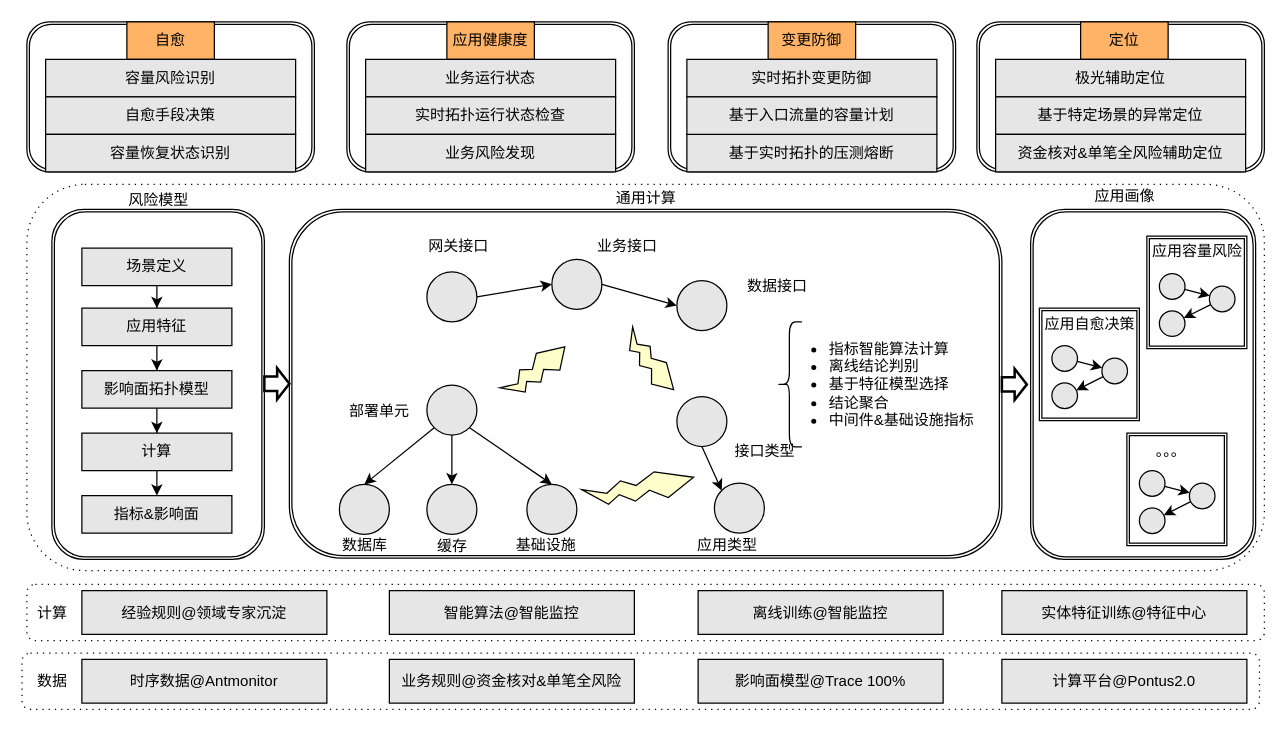
frankneu/draw.io keeps this draw.io diagram as 应用画像大图.drawio. Above is the earlier version. Source tidied: cells renumbered, new cells numbered last; positions are measured from the earlier drawing's top-left corner, leaving out a move shared by most shapes. Both pictures are drawn from the tidied source at 125%, with x=0, y=0 at pixel (21, 21).
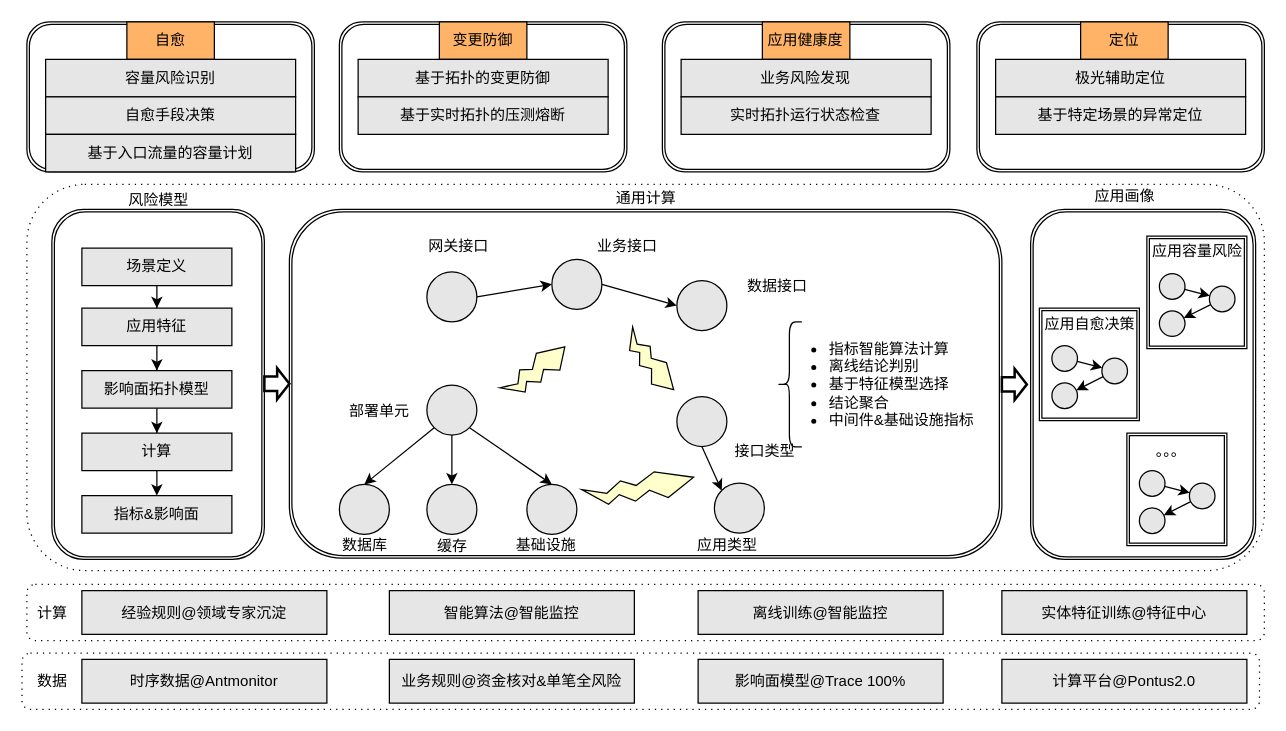
After the change.

Commit message (it also covers changes not shown here):
Update 应用画像大图.drawio

Diff of the diagram source:
```diff
@@
     <mxCell id="4" style="shape=ext;double=1;rounded=1;whiteSpace=wrap;html=1;" parent="1" vertex="1">
-      <mxGeometry x="517" width="230" height="120" as="geometry" />
+      <mxGeometry x="254" width="230" height="120" as="geometry" />
     </mxCell>
     <mxCell id="5" style="shape=ext;double=1;rounded=1;whiteSpace=wrap;html=1;" parent="1" vertex="1">
-      <mxGeometry x="260" width="230" height="120" as="geometry" />
+      <mxGeometry x="512.4" width="230" height="120" as="geometry" />
     </mxCell>
@@
     <mxCell id="19" value="应用健康度" style="rounded=0;whiteSpace=wrap;html=1;fillColor=#FFB366;" parent="1" vertex="1">
-      <mxGeometry x="340" width="70" height="30" as="geometry" />
+      <mxGeometry x="592.4" width="70" height="30" as="geometry" />
     </mxCell>
     <mxCell id="20" value="变更防御" style="rounded=0;whiteSpace=wrap;html=1;fillColor=#FFB366;" parent="1" vertex="1">
-      <mxGeometry x="597" width="70" height="30" as="geometry" />
+      <mxGeometry x="334" width="70" height="30" as="geometry" />
     </mxCell>
@@
-    <mxCell id="92" value="&lt;span&gt;容量恢复状态识别&lt;/span&gt;" style="rounded=0;whiteSpace=wrap;html=1;fillColor=#E6E6E6;" parent="1" vertex="1">
+    <mxCell id="92" value="基于入口流量的容量计划" style="rounded=0;whiteSpace=wrap;html=1;fillColor=#E6E6E6;" parent="1" vertex="1">
       <mxGeometry x="19" y="90" width="200" height="30" as="geometry" />
     </mxCell>
-    <mxCell id="93" value="&lt;span&gt;业务运行状态&lt;/span&gt;" style="rounded=0;whiteSpace=wrap;html=1;fillColor=#E6E6E6;" parent="1" vertex="1">
-      <mxGeometry x="275" y="30" width="200" height="30" as="geometry" />
+    <mxCell id="93" value="&lt;span&gt;业务风险发现&lt;/span&gt;" style="rounded=0;whiteSpace=wrap;html=1;fillColor=#E6E6E6;" parent="1" vertex="1">
+      <mxGeometry x="527.4" y="30" width="200" height="30" as="geometry" />
     </mxCell>
     <mxCell id="94" value="&lt;span&gt;实时拓扑运行状态检查&lt;/span&gt;" style="rounded=0;whiteSpace=wrap;html=1;fillColor=#E6E6E6;" parent="1" vertex="1">
-      <mxGeometry x="275" y="60" width="200" height="30" as="geometry" />
+      <mxGeometry x="527.4" y="60" width="200" height="30" as="geometry" />
     </mxCell>
-    <mxCell id="95" value="&lt;span&gt;基于实时拓扑的压测熔断&lt;/span&gt;" style="rounded=0;whiteSpace=wrap;html=1;fillColor=#E6E6E6;" parent="1" vertex="1">
-      <mxGeometry x="532" y="90" width="200" height="30" as="geometry" />
-    </mxCell>
@@
-    <mxCell id="98" value="&lt;span&gt;业务风险发现&lt;/span&gt;" style="rounded=0;whiteSpace=wrap;html=1;fillColor=#E6E6E6;" parent="1" vertex="1">
-      <mxGeometry x="275" y="90" width="200" height="30" as="geometry" />
-    </mxCell>
-    <mxCell id="99" value="&lt;span&gt;实时拓扑变更防御&lt;/span&gt;" style="rounded=0;whiteSpace=wrap;html=1;fillColor=#E6E6E6;" parent="1" vertex="1">
-      <mxGeometry x="532" y="30" width="200" height="30" as="geometry" />
+    <mxCell id="99" value="&lt;span&gt;基于拓扑的变更防御&lt;/span&gt;" style="rounded=0;whiteSpace=wrap;html=1;fillColor=#E6E6E6;" parent="1" vertex="1">
+      <mxGeometry x="269" y="30" width="200" height="30" as="geometry" />
     </mxCell>
-    <mxCell id="100" value="&lt;span&gt;基于入口流量的容量计划&lt;/span&gt;" style="rounded=0;whiteSpace=wrap;html=1;fillColor=#E6E6E6;" parent="1" vertex="1">
-      <mxGeometry x="532" y="60" width="200" height="30" as="geometry" />
+    <mxCell id="100" value="&lt;span&gt;基于实时拓扑的压测熔断&lt;/span&gt;" style="rounded=0;whiteSpace=wrap;html=1;fillColor=#E6E6E6;" parent="1" vertex="1">
+      <mxGeometry x="269" y="60" width="200" height="30" as="geometry" />
     </mxCell>
-    <mxCell id="101" value="&lt;span&gt;资金核对&amp;amp;单笔全风险辅助定位&lt;/span&gt;" style="rounded=0;whiteSpace=wrap;html=1;fillColor=#E6E6E6;" parent="1" vertex="1">
-      <mxGeometry x="779" y="90" width="200" height="30" as="geometry" />
-    </mxCell>
```
